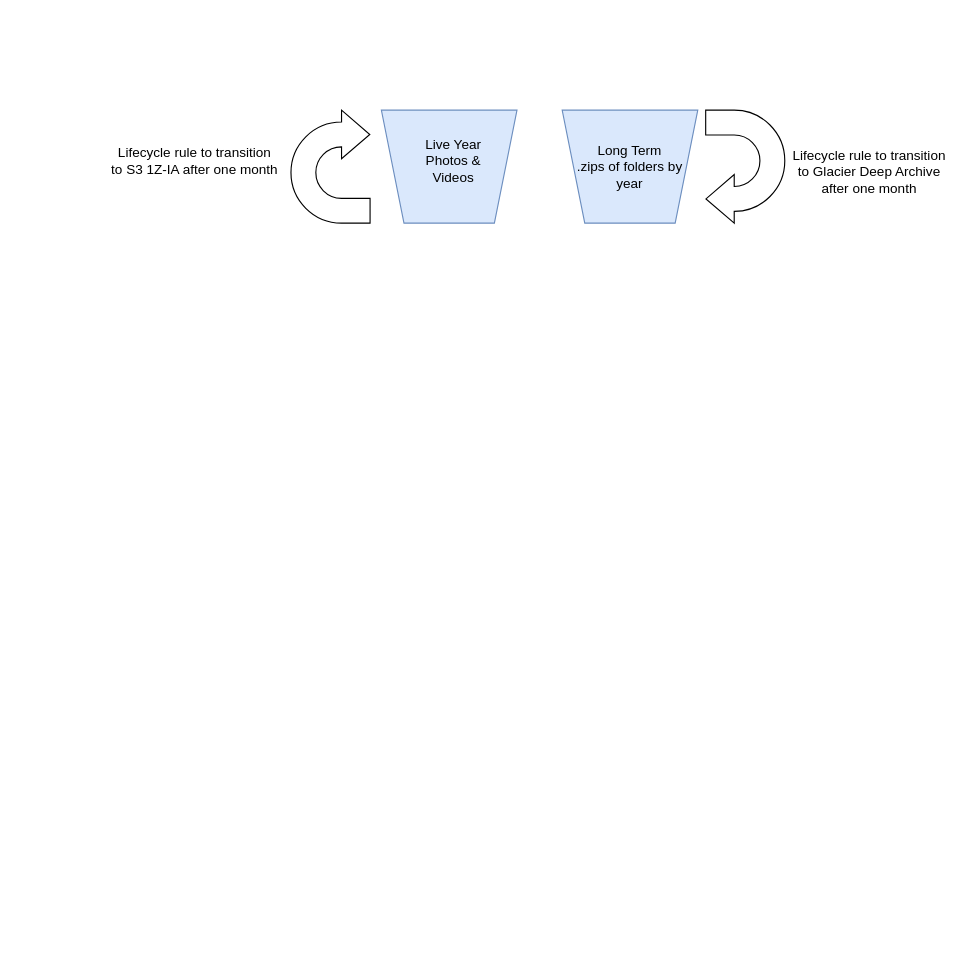
Above: S3_Backup_Structure.drawio in ancollis757/generaltools (draw.io), before the change. Source tidied: cells renumbered, new cells numbered last; positions are measured from the earlier drawing's top-left corner, leaving out a move shared by most shapes. Both pictures are drawn from the tidied source at 113%, with x=0, y=0 at pixel (110, 110).
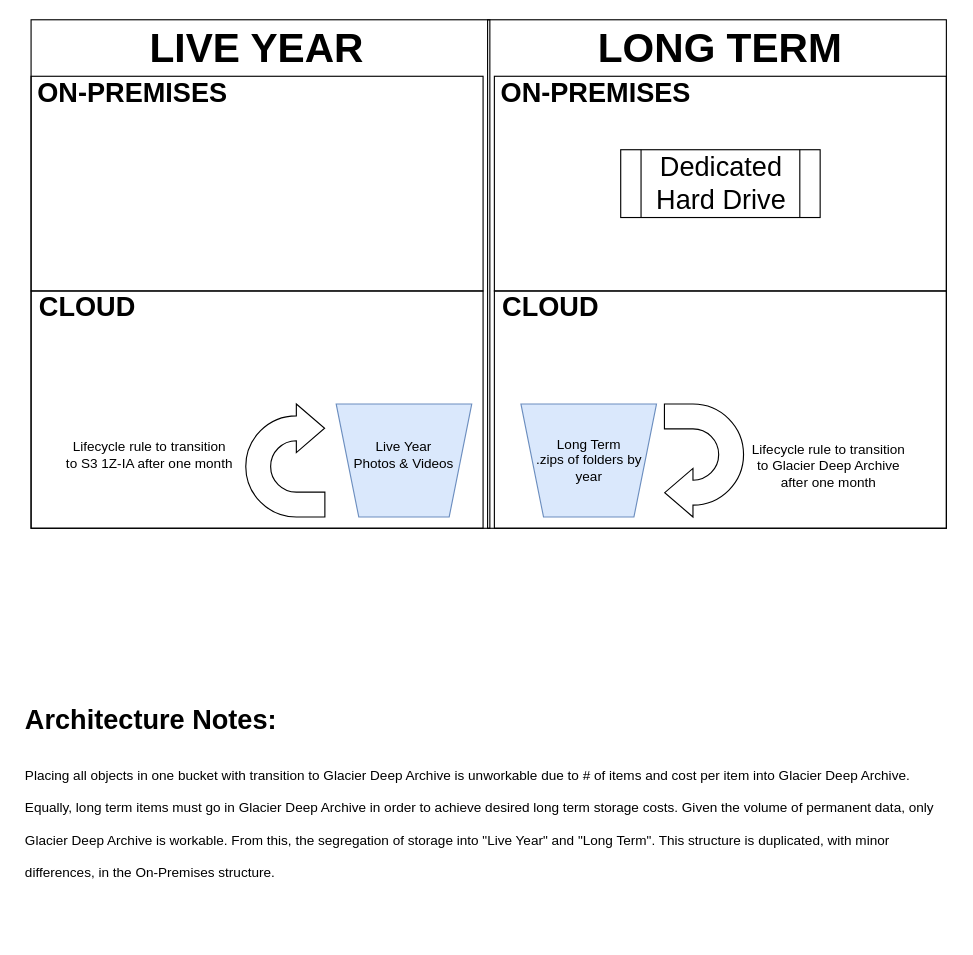
The same diagram, later.

The edit, as a diff of the source:
```diff
@@
+    <mxCell id="10" style="rounded=0;whiteSpace=wrap;html=1;fontSize=36;fillColor=none;" parent="1" vertex="1">
+      <mxGeometry x="-70" y="-30" width="400" height="190" as="geometry" />
+    </mxCell>
+    <mxCell id="11" style="rounded=0;whiteSpace=wrap;html=1;fontSize=36;fillColor=none;" parent="1" vertex="1">
+      <mxGeometry x="340" y="-30" width="400" height="190" as="geometry" />
+    </mxCell>
+    <mxCell id="12" style="rounded=0;whiteSpace=wrap;html=1;fontSize=36;fillColor=none;" parent="1" vertex="1">
+      <mxGeometry x="340" y="160" width="400" height="210" as="geometry" />
+    </mxCell>
+    <mxCell id="13" style="rounded=0;whiteSpace=wrap;html=1;fontSize=36;fillColor=none;" parent="1" vertex="1">
+      <mxGeometry x="-70" y="160" width="400" height="210" as="geometry" />
+    </mxCell>
+    <mxCell id="14" style="rounded=0;whiteSpace=wrap;html=1;fillColor=none;" parent="1" vertex="1">
+      <mxGeometry x="-70" y="-80" width="406" height="450" as="geometry" />
+    </mxCell>
+    <mxCell id="15" style="rounded=0;whiteSpace=wrap;html=1;fillColor=none;" parent="1" vertex="1">
+      <mxGeometry x="334" y="-80" width="406" height="450" as="geometry" />
+    </mxCell>
     <mxCell id="2" style="shape=trapezoid;perimeter=trapezoidPerimeter;whiteSpace=wrap;html=1;fixedSize=1;rotation=-180;fillColor=#dae8fc;strokeColor=#6c8ebf;" parent="1" vertex="1">
-      <mxGeometry x="240" width="120" height="100" as="geometry" />
+      <mxGeometry x="200" y="260" width="120" height="100" as="geometry" />
     </mxCell>
     <mxCell id="3" value="Live Year&lt;br&gt;Photos &amp;amp; Videos" style="text;html=1;strokeColor=none;fillColor=none;align=center;verticalAlign=middle;whiteSpace=wrap;rounded=0;" parent="1" vertex="1">
-      <mxGeometry x="274" y="30" width="60" height="30" as="geometry" />
+      <mxGeometry x="210" y="280" width="100" height="50" as="geometry" />
     </mxCell>
     <mxCell id="4" style="shape=trapezoid;perimeter=trapezoidPerimeter;whiteSpace=wrap;html=1;fixedSize=1;rotation=-180;fillColor=#dae8fc;strokeColor=#6c8ebf;" parent="1" vertex="1">
-      <mxGeometry x="400" width="120" height="100" as="geometry" />
+      <mxGeometry x="363.5" y="260" width="120" height="100" as="geometry" />
     </mxCell>
     <mxCell id="5" value="Long Term&lt;br&gt;.zips of folders by year" style="text;html=1;strokeColor=none;fillColor=none;align=center;verticalAlign=middle;whiteSpace=wrap;rounded=0;" parent="1" vertex="1">
-      <mxGeometry x="410" y="10" width="100" height="80" as="geometry" />
+      <mxGeometry x="373.5" y="270" width="100" height="80" as="geometry" />
     </mxCell>
     <mxCell id="6" style="html=1;shadow=0;dashed=0;align=center;verticalAlign=middle;shape=mxgraph.arrows2.uTurnArrow;dy=11;arrowHead=43;dx2=25;rotation=-180;" parent="1" vertex="1">
-      <mxGeometry x="527" width="70" height="100" as="geometry" />
+      <mxGeometry x="490.5" y="260" width="70" height="100" as="geometry" />
     </mxCell>
     <mxCell id="7" value="Lifecycle rule to transition to Glacier Deep Archive after one month" style="text;html=1;strokeColor=none;fillColor=none;align=center;verticalAlign=middle;whiteSpace=wrap;rounded=0;" parent="1" vertex="1">
-      <mxGeometry x="597" y="10" width="150" height="90" as="geometry" />
+      <mxGeometry x="560.5" y="270" width="150" height="90" as="geometry" />
     </mxCell>
     <mxCell id="8" style="html=1;shadow=0;dashed=0;align=center;verticalAlign=middle;shape=mxgraph.arrows2.uTurnArrow;dy=11;arrowHead=43;dx2=25;rotation=0;" parent="1" vertex="1">
-      <mxGeometry x="160" width="70" height="100" as="geometry" />
+      <mxGeometry x="120" y="260" width="70" height="100" as="geometry" />
     </mxCell>
     <mxCell id="9" value="Lifecycle rule to transition to S3 1Z-IA after one month" style="text;html=1;strokeColor=none;fillColor=none;align=center;verticalAlign=middle;whiteSpace=wrap;rounded=0;" parent="1" vertex="1">
-      <mxGeometry width="150" height="90" as="geometry" />
+      <mxGeometry x="-40" y="260" width="150" height="90" as="geometry" />
     </mxCell>
+    <mxCell id="16" value="&lt;h1&gt;&lt;span style=&quot;background-color: initial;&quot;&gt;Architecture Notes:&lt;/span&gt;&lt;/h1&gt;&lt;h1&gt;&lt;span style=&quot;background-color: initial; font-size: 12px; font-weight: normal;&quot;&gt;Placing all objects in one bucket with transition to Glacier Deep Archive is unworkable due to # of items and cost per item into Glacier Deep Archive. Equally, long term items must go in Glacier Deep Archive in order to achieve desired long term storage costs. Given the volume of permanent data, only Glacier Deep Archive is workable. From this, the segregation of storage into &quot;Live Year&quot; and &quot;Long Term&quot;. This structure is duplicated, with minor differences, in the On-Premises structure.&lt;/span&gt;&lt;br&gt;&lt;/h1&gt;" style="text;html=1;strokeColor=none;fillColor=none;spacing=5;spacingTop=-20;whiteSpace=wrap;overflow=hidden;rounded=0;" parent="1" vertex="1">
+      <mxGeometry x="-80" y="520" width="820" height="210" as="geometry" />
+    </mxCell>
+    <mxCell id="17" value="LIVE YEAR" style="text;html=1;strokeColor=none;fillColor=none;align=center;verticalAlign=middle;whiteSpace=wrap;rounded=0;fontStyle=1;fontSize=36;" parent="1" vertex="1">
+      <mxGeometry x="-70" y="-70" width="400" height="30" as="geometry" />
+    </mxCell>
+    <mxCell id="18" value="LONG TERM" style="text;html=1;strokeColor=none;fillColor=none;align=center;verticalAlign=middle;whiteSpace=wrap;rounded=0;fontStyle=1;fontSize=36;" parent="1" vertex="1">
+      <mxGeometry x="340" y="-70" width="400" height="30" as="geometry" />
+    </mxCell>
+    <mxCell id="19" value="CLOUD" style="text;html=1;strokeColor=none;fillColor=none;align=center;verticalAlign=middle;whiteSpace=wrap;rounded=0;fontSize=24;fontStyle=1;" parent="1" vertex="1">
+      <mxGeometry x="-60" y="160" width="80" height="30" as="geometry" />
+    </mxCell>
+    <mxCell id="20" value="CLOUD" style="text;html=1;strokeColor=none;fillColor=none;align=center;verticalAlign=middle;whiteSpace=wrap;rounded=0;fontSize=24;fontStyle=1;" parent="1" vertex="1">
+      <mxGeometry x="350" y="160" width="80" height="30" as="geometry" />
+    </mxCell>
+    <mxCell id="21" value="ON-PREMISES" style="text;html=1;strokeColor=none;fillColor=none;align=center;verticalAlign=middle;whiteSpace=wrap;rounded=0;fontSize=24;fontStyle=1;" parent="1" vertex="1">
+      <mxGeometry x="340" y="-30" width="180" height="30" as="geometry" />
+    </mxCell>
+    <mxCell id="22" value="ON-PREMISES" style="text;html=1;strokeColor=none;fillColor=none;align=center;verticalAlign=middle;whiteSpace=wrap;rounded=0;fontSize=24;fontStyle=1;" parent="1" vertex="1">
+      <mxGeometry x="-70" y="-30" width="180" height="30" as="geometry" />
+    </mxCell>
+    <mxCell id="23" value="Dedicated Hard Drive" style="shape=process;whiteSpace=wrap;html=1;backgroundOutline=1;fontSize=24;fillColor=none;" parent="1" vertex="1">
+      <mxGeometry x="451.8" y="35" width="176.5" height="60" as="geometry" />
+    </mxCell>
```
